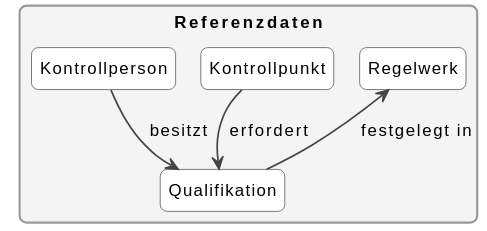
The PlantUML diagram docs/de/assets/excerpts/qualifikation.svg in blw-ofag-ufag/eCH-0264, before a commit. Source of this version:
```plantuml
@startuml
!pragma layout smetana
skinparam shadowing false
skinparam roundCorner 10
skinparam packageStyle rectangle
skinparam defaultFontSize 12
skinparam Padding 3
skinparam ArrowColor #444444
skinparam ArrowThickness 1.2
skinparam classBorderColor #444444
skinparam classBackgroundColor #FFFFFF
skinparam packageBorderColor #999999
skinparam packageBackgroundColor #F4F4F4
hide circle
hide empty members
package "Referenzdaten" as REF {
  class "Regelwerk" as RW
  class "Kontrollpunkt" as KP
  class "Qualifikation" as QUA
  class "Kontrollperson" as PER
}
KP --> QUA : erfordert
QUA -up-> RW : festgelegt in
PER --> QUA : besitzt
@enduml
```
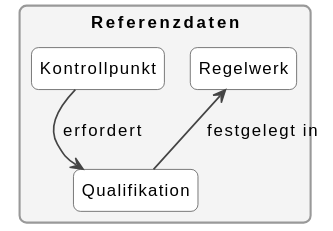
Above is the later version.

Commit message:
Model one Kontrollperson per Kontrolle with its qualifications

Change to the diagram source:
```diff
@@ -17,9 +17,7 @@
   class "Regelwerk" as RW
   class "Kontrollpunkt" as KP
   class "Qualifikation" as QUA
-  class "Kontrollperson" as PER
 }
 KP --> QUA : erfordert
 QUA -up-> RW : festgelegt in
-PER --> QUA : besitzt
 @enduml
```
